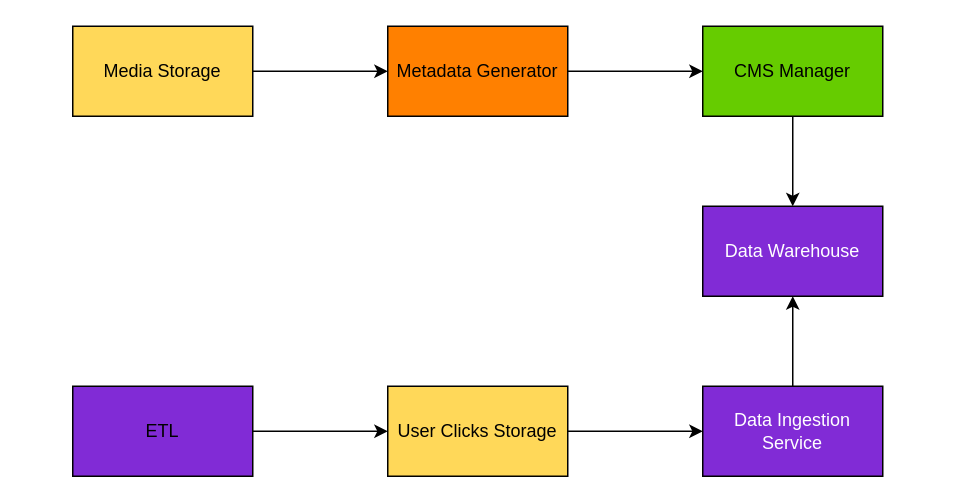
Above: analysis-block.drawio in nevillio/hello-world (draw.io), before the change. Source tidied: cells renumbered, new cells numbered last; positions are measured from the earlier drawing's top-left corner, leaving out a move shared by most shapes. Both pictures are drawn from the tidied source at 150%, with x=0, y=0 at pixel (72, 26).
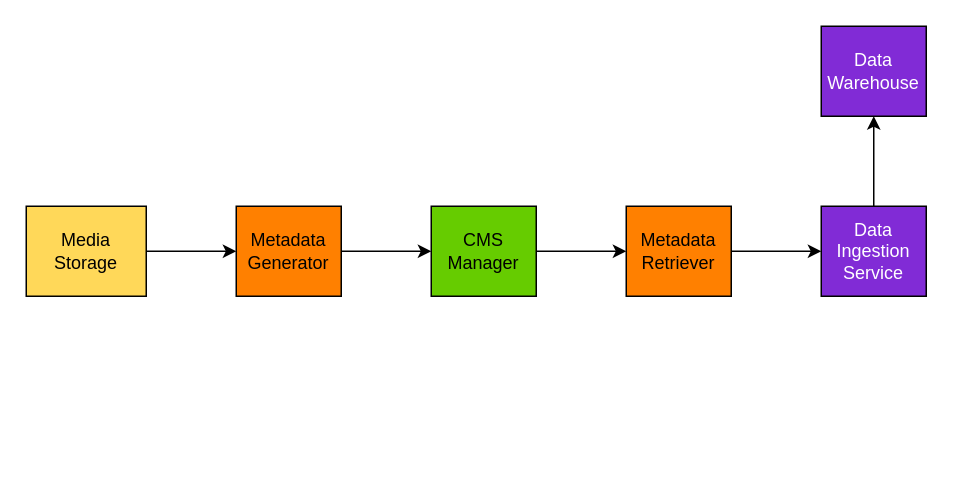
The same diagram, later.

What changed in the source:
```diff
@@
 <mxGraphModel>
   <root>
     <mxCell id="0" />
     <mxCell id="1" parent="0" />
     <mxCell id="2" style="edgeStyle=orthogonalEdgeStyle;rounded=0;jettySize=auto;html=1;" parent="1" edge="1" source="3" target="5">
       <mxGeometry relative="1" as="geometry" />
     </mxCell>
     <mxCell id="3" value="Media Storage" style="rounded=0;whiteSpace=wrap;html=1;fillColor=#FFD859;" parent="1" vertex="1">
-      <mxGeometry width="120" height="60" as="geometry" />
+      <mxGeometry x="-31" y="120" width="80" height="60" as="geometry" />
     </mxCell>
     <mxCell id="4" style="edgeStyle=orthogonalEdgeStyle;rounded=0;jettySize=auto;html=1;" parent="1" edge="1" source="5" target="7">
       <mxGeometry relative="1" as="geometry" />
     </mxCell>
     <mxCell id="5" value="Metadata Generator" style="rounded=0;whiteSpace=wrap;html=1;fillColor=#FF8000;" parent="1" vertex="1">
-      <mxGeometry x="210" width="120" height="60" as="geometry" />
+      <mxGeometry x="109" y="120" width="70" height="60" as="geometry" />
     </mxCell>
-    <mxCell id="6" style="edgeStyle=orthogonalEdgeStyle;rounded=0;jettySize=auto;html=1;" parent="1" edge="1" source="7" target="8">
-      <mxGeometry relative="1" as="geometry" />
-    </mxCell>
+    <mxCell id="15" style="edgeStyle=orthogonalEdgeStyle;rounded=0;jettySize=auto;html=1;" parent="1" edge="1" source="7" target="18">
+      <mxGeometry relative="1" as="geometry" />
+    </mxCell>
     <mxCell id="7" value="CMS Manager" style="rounded=0;whiteSpace=wrap;html=1;fillColor=#66CC00;" parent="1" vertex="1">
-      <mxGeometry x="420" width="120" height="60" as="geometry" />
+      <mxGeometry x="239" y="120" width="70" height="60" as="geometry" />
     </mxCell>
+    <mxCell id="16" style="edgeStyle=orthogonalEdgeStyle;rounded=0;jettySize=auto;html=1;" parent="1" edge="1" source="8" target="19">
+      <mxGeometry relative="1" as="geometry" />
+    </mxCell>
-    <mxCell id="8" value="&lt;font color=&quot;#ffffff&quot;&gt;Data Warehouse&lt;/font&gt;" style="rounded=0;whiteSpace=wrap;html=1;fillColor=#812BD6;" parent="1" vertex="1">
-      <mxGeometry x="420" y="120" width="120" height="60" as="geometry" />
+    <mxCell id="8" value="&lt;font color=&quot;#ffffff&quot;&gt;Data Ingestion Service&lt;/font&gt;" style="rounded=0;whiteSpace=wrap;html=1;fillColor=#812BD6;" parent="1" vertex="1">
+      <mxGeometry x="499" y="120" width="70" height="60" as="geometry" />
     </mxCell>
-    <mxCell id="9" style="edgeStyle=orthogonalEdgeStyle;rounded=0;jettySize=auto;html=1;" parent="1" edge="1" source="10" target="14">
-      <mxGeometry relative="1" as="geometry" />
-    </mxCell>
-    <mxCell id="10" value="User Clicks Storage" style="rounded=0;whiteSpace=wrap;html=1;fillColor=#FFD859;" parent="1" vertex="1">
-      <mxGeometry x="210" y="240" width="120" height="60" as="geometry" />
-    </mxCell>
-    <mxCell id="11" style="edgeStyle=orthogonalEdgeStyle;rounded=0;jettySize=auto;html=1;" parent="1" edge="1" source="12" target="10">
-      <mxGeometry relative="1" as="geometry" />
-    </mxCell>
-    <mxCell id="12" value="ETL" style="rounded=0;whiteSpace=wrap;html=1;fillColor=#812BD6;" parent="1" vertex="1">
-      <mxGeometry y="240" width="120" height="60" as="geometry" />
-    </mxCell>
-    <mxCell id="13" style="edgeStyle=orthogonalEdgeStyle;rounded=0;jettySize=auto;html=1;" parent="1" edge="1" source="14" target="8">
-      <mxGeometry relative="1" as="geometry" />
-    </mxCell>
-    <mxCell id="14" value="&lt;font color=&quot;#ffffff&quot;&gt;Data Ingestion Service&lt;/font&gt;" style="rounded=0;whiteSpace=wrap;html=1;fillColor=#812BD6;" parent="1" vertex="1">
-      <mxGeometry x="420" y="240" width="120" height="60" as="geometry" />
-    </mxCell>
+    <mxCell id="17" style="edgeStyle=orthogonalEdgeStyle;rounded=0;jettySize=auto;html=1;" parent="1" edge="1" source="18" target="8">
+      <mxGeometry relative="1" as="geometry" />
+    </mxCell>
+    <mxCell id="18" value="Metadata Retriever" style="rounded=0;whiteSpace=wrap;html=1;fillColor=#FF8000;" parent="1" vertex="1">
+      <mxGeometry x="369" y="120" width="70" height="60" as="geometry" />
+    </mxCell>
+    <mxCell id="19" value="&lt;font color=&quot;#ffffff&quot;&gt;Data Warehouse&lt;/font&gt;" style="rounded=0;whiteSpace=wrap;html=1;fillColor=#812BD6;" parent="1" vertex="1">
+      <mxGeometry x="499" width="70" height="60" as="geometry" />
+    </mxCell>
   </root>
 </mxGraphModel>
```
